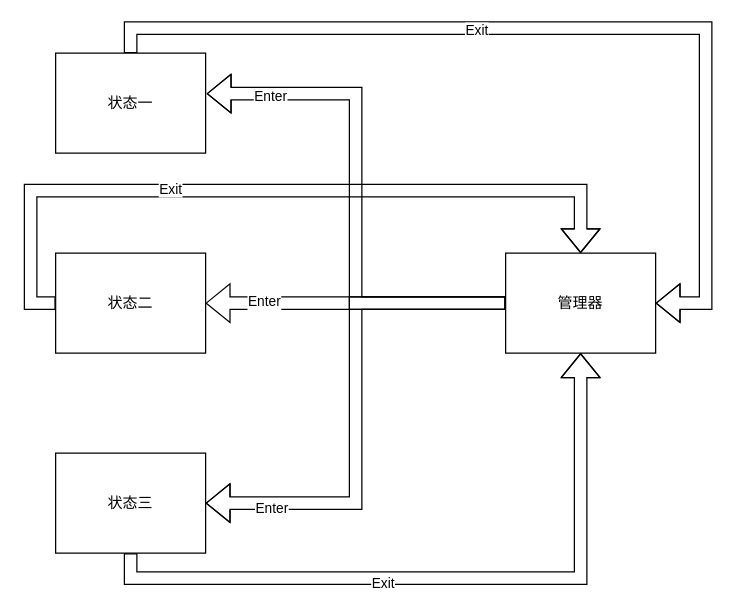
The draw.io diagram 状态机.drawio in onlymyown/hello-world, before the edit. Source tidied: cells renumbered, new cells numbered last; positions are measured from the earlier drawing's top-left corner, leaving out a move shared by most shapes. Both pictures are drawn from the tidied source at 125%, with x=0, y=0 at pixel (30, 28).
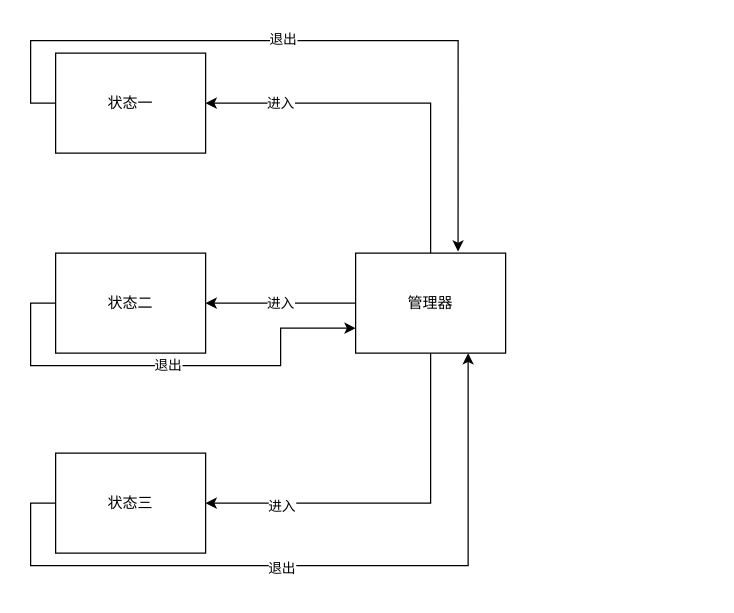
After the change.

Commit message:
更新状态机.drawio

Unchanged cells that the change refers to:
```xml
<mxCell id="11" value="状态三" style="rounded=0;whiteSpace=wrap;html=1;" parent="1" vertex="1">
  <mxGeometry x="20" y="340" width="120" height="80" as="geometry" />
</mxCell>
<mxCell id="14" value="状态二" style="rounded=0;whiteSpace=wrap;html=1;" parent="1" vertex="1">
  <mxGeometry x="20" y="180" width="120" height="80" as="geometry" />
</mxCell>
<mxCell id="17" value="状态一" style="rounded=0;whiteSpace=wrap;html=1;" parent="1" vertex="1">
  <mxGeometry x="20" y="20" width="120" height="80" as="geometry" />
</mxCell>
```

Diff of the diagram source:
```diff
@@
-    <mxCell id="2" style="edgeStyle=orthogonalEdgeStyle;shape=flexArrow;rounded=0;jettySize=auto;html=1;exitX=0;exitY=0.5;exitDx=0;exitDy=0;entryX=1;entryY=0.5;entryDx=0;entryDy=0;strokeWidth=1;" parent="1" edge="1" source="8" target="14">
+    <mxCell id="2" value="进入" style="edgeStyle=orthogonalEdgeStyle;rounded=0;jettySize=auto;html=1;exitX=0;exitY=0.5;exitDx=0;exitDy=0;entryX=1;entryY=0.5;entryDx=0;entryDy=0;" parent="1" edge="1" source="8" target="14">
       <mxGeometry relative="1" as="geometry" />
     </mxCell>
-    <mxCell id="3" value="Enter" style="edgeLabel;html=1;align=center;verticalAlign=middle;" parent="2" vertex="1">
-      <mxGeometry x="0.62" y="-2" relative="1" as="geometry" />
-    </mxCell>
+    <mxCell id="6" style="edgeStyle=orthogonalEdgeStyle;rounded=0;jettySize=auto;html=1;exitX=0.5;exitY=1;exitDx=0;exitDy=0;entryX=1;entryY=0.5;entryDx=0;entryDy=0;" parent="1" edge="1" source="8" target="11">
+      <mxGeometry relative="1" as="geometry" />
+    </mxCell>
+    <mxCell id="18" value="进入" style="edgeLabel;html=1;align=center;verticalAlign=middle;" parent="6" vertex="1">
+      <mxGeometry x="0.6" y="2" relative="1" as="geometry" />
+    </mxCell>
-    <mxCell id="4" style="edgeStyle=orthogonalEdgeStyle;shape=flexArrow;rounded=0;jettySize=auto;html=1;exitX=0;exitY=0.5;exitDx=0;exitDy=0;entryX=1.007;entryY=0.405;entryDx=0;entryDy=0;entryPerimeter=0;strokeWidth=1;" parent="1" edge="1" source="8" target="17">
-      <mxGeometry relative="1" as="geometry" />
+    <mxCell id="4" style="edgeStyle=orthogonalEdgeStyle;rounded=0;jettySize=auto;html=1;entryX=1;entryY=0.5;entryDx=0;entryDy=0;" parent="1" edge="1" source="8" target="17">
+      <mxGeometry relative="1" as="geometry">
+        <Array as="points">
+          <mxPoint x="320" y="60" />
+        </Array>
+      </mxGeometry>
     </mxCell>
-    <mxCell id="5" value="Enter" style="edgeLabel;html=1;align=center;verticalAlign=middle;" parent="4" vertex="1">
-      <mxGeometry x="0.75" y="2" relative="1" as="geometry" />
-    </mxCell>
-    <mxCell id="6" style="edgeStyle=orthogonalEdgeStyle;shape=flexArrow;rounded=0;jettySize=auto;html=1;exitX=0;exitY=0.5;exitDx=0;exitDy=0;entryX=1;entryY=0.5;entryDx=0;entryDy=0;strokeWidth=1;" parent="1" edge="1" source="8" target="11">
-      <mxGeometry relative="1" as="geometry" />
-    </mxCell>
-    <mxCell id="7" value="Enter" style="edgeLabel;html=1;align=center;verticalAlign=middle;" parent="6" vertex="1">
-      <mxGeometry x="0.74" y="3" relative="1" as="geometry" />
-    </mxCell>
+    <mxCell id="19" value="进入" style="edgeLabel;html=1;align=center;verticalAlign=middle;" parent="4" vertex="1">
+      <mxGeometry x="0.61" y="-1" relative="1" as="geometry" />
+    </mxCell>
     <mxCell id="8" value="管理器" style="rounded=0;whiteSpace=wrap;html=1;" parent="1" vertex="1">
-      <mxGeometry x="380" y="180" width="120" height="80" as="geometry" />
+      <mxGeometry x="260" y="180" width="120" height="80" as="geometry" />
     </mxCell>
-    <mxCell id="9" style="edgeStyle=orthogonalEdgeStyle;shape=flexArrow;rounded=0;jettySize=auto;html=1;exitX=0.5;exitY=1;exitDx=0;exitDy=0;entryX=0.5;entryY=1;entryDx=0;entryDy=0;strokeWidth=1;" parent="1" edge="1" source="11" target="8">
-      <mxGeometry relative="1" as="geometry" />
+    <mxCell id="9" style="edgeStyle=orthogonalEdgeStyle;rounded=0;jettySize=auto;html=1;exitX=0;exitY=0.5;exitDx=0;exitDy=0;entryX=0.75;entryY=1;entryDx=0;entryDy=0;" parent="1" edge="1" source="11" target="8">
+      <mxGeometry relative="1" as="geometry">
+        <Array as="points">
+          <mxPoint y="380" />
+          <mxPoint y="430" />
+          <mxPoint x="350" y="430" />
+        </Array>
+      </mxGeometry>
     </mxCell>
-    <mxCell id="10" value="Exit" style="edgeLabel;html=1;align=center;verticalAlign=middle;" parent="9" vertex="1">
-      <mxGeometry x="-0.21" y="-3" relative="1" as="geometry" />
-    </mxCell>
+    <mxCell id="20" value="退出" style="edgeLabel;html=1;align=center;verticalAlign=middle;" parent="9" vertex="1">
+      <mxGeometry x="-0.1" y="-1" relative="1" as="geometry">
+        <mxPoint x="4" as="offset" />
+      </mxGeometry>
+    </mxCell>
@@
-    <mxCell id="12" style="edgeStyle=orthogonalEdgeStyle;shape=flexArrow;rounded=0;jettySize=auto;html=1;exitX=0;exitY=0.5;exitDx=0;exitDy=0;entryX=0.5;entryY=0;entryDx=0;entryDy=0;strokeWidth=1;" parent="1" edge="1" source="14" target="8">
+    <mxCell id="12" value="退出" style="edgeStyle=orthogonalEdgeStyle;rounded=0;jettySize=auto;html=1;exitX=0;exitY=0.5;exitDx=0;exitDy=0;entryX=0;entryY=0.75;entryDx=0;entryDy=0;" parent="1" edge="1" source="14" target="8">
       <mxGeometry relative="1" as="geometry">
         <Array as="points">
           <mxPoint y="220" />
-          <mxPoint y="130" />
-          <mxPoint x="440" y="130" />
+          <mxPoint y="270" />
+          <mxPoint x="200" y="270" />
+          <mxPoint x="200" y="240" />
         </Array>
       </mxGeometry>
     </mxCell>
-    <mxCell id="13" value="Exit" style="edgeLabel;html=1;align=center;verticalAlign=middle;" parent="12" vertex="1">
-      <mxGeometry x="-0.26" y="2" relative="1" as="geometry" />
-    </mxCell>
@@
-    <mxCell id="15" style="edgeStyle=orthogonalEdgeStyle;shape=flexArrow;rounded=0;jettySize=auto;html=1;exitX=0.5;exitY=0;exitDx=0;exitDy=0;entryX=1;entryY=0.5;entryDx=0;entryDy=0;strokeWidth=1;" parent="1" edge="1" source="17" target="8">
+    <mxCell id="15" style="edgeStyle=orthogonalEdgeStyle;rounded=0;jettySize=auto;html=1;exitX=0;exitY=0.5;exitDx=0;exitDy=0;entryX=0.683;entryY=-0.015;entryDx=0;entryDy=0;entryPerimeter=0;" parent="1" edge="1" source="17" target="8">
       <mxGeometry relative="1" as="geometry">
         <Array as="points">
-          <mxPoint x="80" />
-          <mxPoint x="540" />
-          <mxPoint x="540" y="220" />
+          <mxPoint y="60" />
+          <mxPoint y="10" />
+          <mxPoint x="342" y="10" />
         </Array>
       </mxGeometry>
     </mxCell>
-    <mxCell id="16" value="Exit" style="edgeLabel;html=1;align=center;verticalAlign=middle;" parent="15" vertex="1">
-      <mxGeometry x="-0.2" y="-1" relative="1" as="geometry" />
-    </mxCell>
+    <mxCell id="21" value="退出" style="edgeLabel;html=1;align=center;verticalAlign=middle;" parent="15" vertex="1">
+      <mxGeometry x="-0.06" y="2" relative="1" as="geometry">
+        <mxPoint x="-2" as="offset" />
+      </mxGeometry>
+    </mxCell>
```
